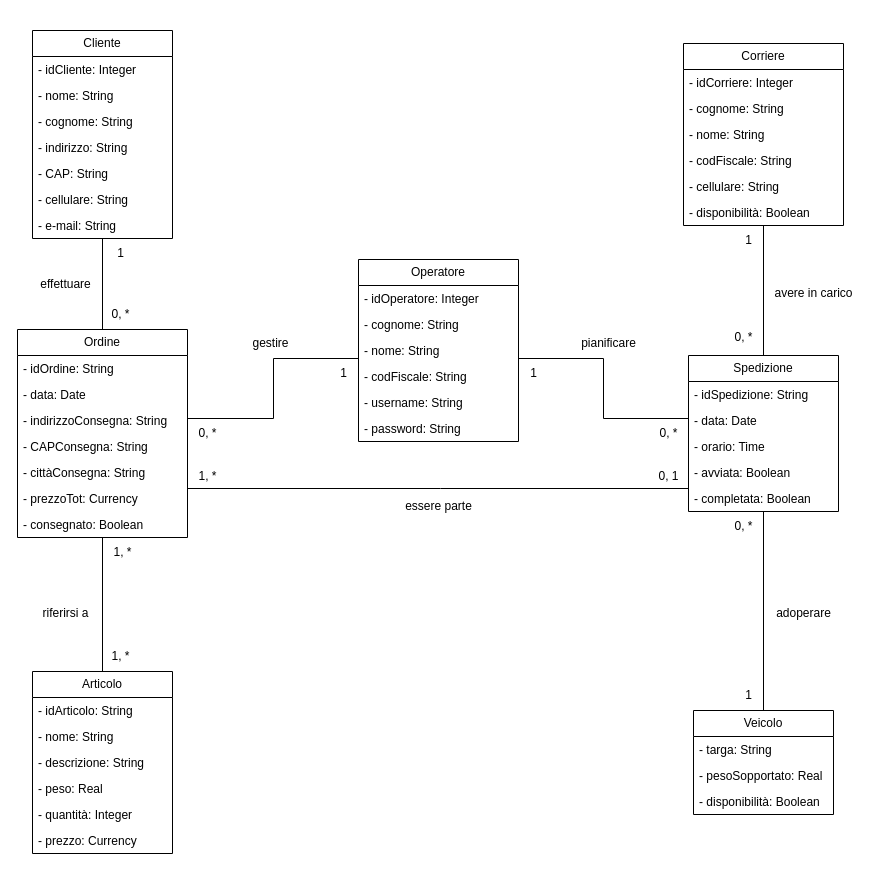
Before: Basi di dati/ClassDiagramRistrutturato.drawio in Gianluca-F/OOBD_Project, a draw.io diagram. Source tidied: cells renumbered, new cells numbered last; positions are measured from the earlier drawing's top-left corner, leaving out a move shared by most shapes. Both pictures are drawn from the tidied source at 100%, with x=0, y=0 at pixel (17, 30).
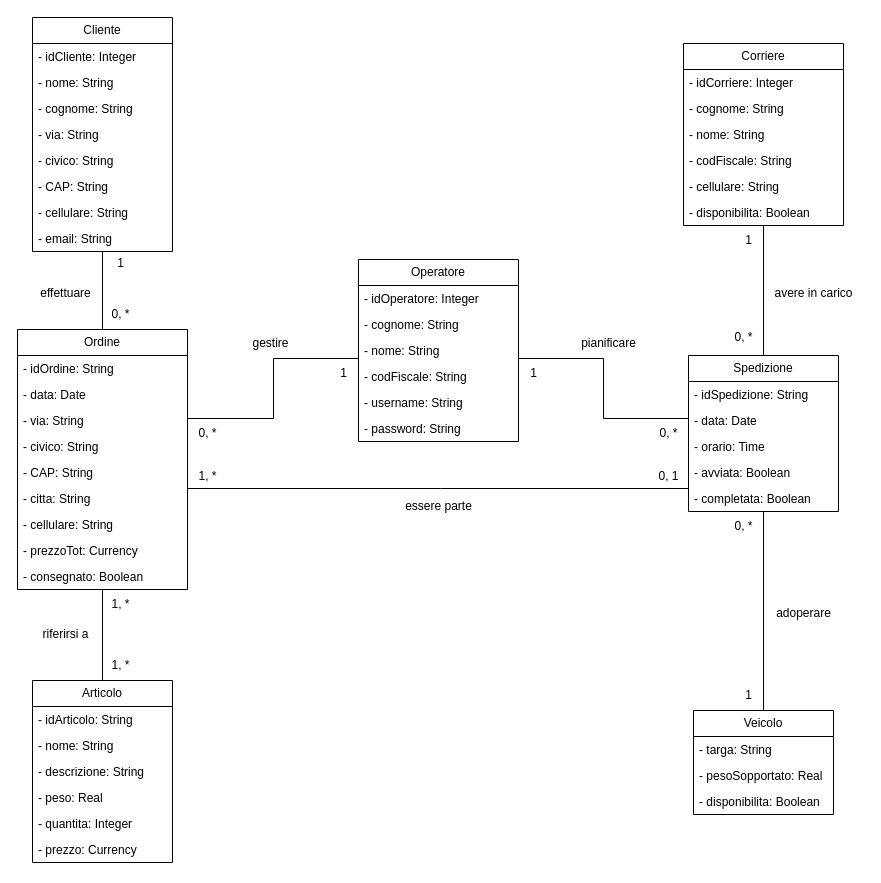
After the change.

Unchanged cells that the change refers to:
```xml
<mxCell id="28" value="Veicolo" style="swimlane;fontStyle=0;horizontal=1;startSize=26;fillColor=none;whiteSpace=wrap;html=1;" parent="1" vertex="1">
  <mxGeometry x="676" y="680" width="140" height="104" as="geometry" />
</mxCell>
<mxCell id="61" value="Corriere" style="swimlane;fontStyle=0;horizontal=1;startSize=26;fillColor=none;whiteSpace=wrap;html=1;" parent="1" vertex="1">
  <mxGeometry x="666" y="13" width="160" height="182" as="geometry" />
</mxCell>
```

The edit, as a diff of the source:
```diff
@@
     <mxCell id="3" value="Articolo" style="swimlane;fontStyle=0;horizontal=1;startSize=26;fillColor=none;whiteSpace=wrap;html=1;" parent="1" vertex="1">
-      <mxGeometry x="15" y="641" width="140" height="182" as="geometry" />
+      <mxGeometry x="15" y="650" width="140" height="182" as="geometry" />
     </mxCell>
@@
-    <mxCell id="8" value="- quantità: Integer" style="text;strokeColor=none;fillColor=none;align=left;verticalAlign=top;spacingLeft=4;spacingRight=4;overflow=hidden;whiteSpace=wrap;html=1;" parent="3" vertex="1">
+    <mxCell id="8" value="- quantita: Integer" style="text;strokeColor=none;fillColor=none;align=left;verticalAlign=top;spacingLeft=4;spacingRight=4;overflow=hidden;whiteSpace=wrap;html=1;" parent="3" vertex="1">
       <mxGeometry y="130" width="140" height="26" as="geometry" />
     </mxCell>
@@
     <mxCell id="11" value="Cliente" style="swimlane;fontStyle=0;horizontal=1;startSize=26;fillColor=none;whiteSpace=wrap;html=1;" parent="1" vertex="1">
-      <mxGeometry x="15" width="140" height="208" as="geometry" />
+      <mxGeometry x="15" y="-13" width="140" height="234" as="geometry" />
     </mxCell>
@@
-    <mxCell id="15" value="- indirizzo: String" style="text;strokeColor=none;fillColor=none;align=left;verticalAlign=top;spacingLeft=4;spacingRight=4;overflow=hidden;whiteSpace=wrap;html=1;" parent="11" vertex="1">
+    <mxCell id="15" value="- via: String" style="text;strokeColor=none;fillColor=none;align=left;verticalAlign=top;spacingLeft=4;spacingRight=4;overflow=hidden;whiteSpace=wrap;html=1;" parent="11" vertex="1">
       <mxGeometry y="104" width="140" height="26" as="geometry" />
     </mxCell>
+    <mxCell id="77" value="- civico: String" style="text;strokeColor=none;fillColor=none;align=left;verticalAlign=top;spacingLeft=4;spacingRight=4;overflow=hidden;whiteSpace=wrap;html=1;" parent="11" vertex="1">
+      <mxGeometry y="130" width="140" height="26" as="geometry" />
+    </mxCell>
     <mxCell id="16" value="- CAP: String" style="text;strokeColor=none;fillColor=none;align=left;verticalAlign=top;spacingLeft=4;spacingRight=4;overflow=hidden;whiteSpace=wrap;html=1;" parent="11" vertex="1">
-      <mxGeometry y="130" width="140" height="26" as="geometry" />
+      <mxGeometry y="156" width="140" height="26" as="geometry" />
     </mxCell>
     <mxCell id="17" value="- cellulare: String" style="text;strokeColor=none;fillColor=none;align=left;verticalAlign=top;spacingLeft=4;spacingRight=4;overflow=hidden;whiteSpace=wrap;html=1;" parent="11" vertex="1">
-      <mxGeometry y="156" width="140" height="26" as="geometry" />
+      <mxGeometry y="182" width="140" height="26" as="geometry" />
     </mxCell>
-    <mxCell id="18" value="- e-mail: String" style="text;strokeColor=none;fillColor=none;align=left;verticalAlign=top;spacingLeft=4;spacingRight=4;overflow=hidden;whiteSpace=wrap;html=1;" parent="11" vertex="1">
-      <mxGeometry y="182" width="140" height="26" as="geometry" />
+    <mxCell id="18" value="- email: String" style="text;strokeColor=none;fillColor=none;align=left;verticalAlign=top;spacingLeft=4;spacingRight=4;overflow=hidden;whiteSpace=wrap;html=1;" parent="11" vertex="1">
+      <mxGeometry y="208" width="140" height="26" as="geometry" />
     </mxCell>
     <mxCell id="19" value="Ordine" style="swimlane;fontStyle=0;horizontal=1;startSize=26;fillColor=none;whiteSpace=wrap;html=1;" parent="1" vertex="1">
-      <mxGeometry y="299" width="170" height="208" as="geometry" />
+      <mxGeometry y="299" width="170" height="260" as="geometry" />
     </mxCell>
@@
-    <mxCell id="22" value="- indirizzoConsegna: String" style="text;strokeColor=none;fillColor=none;align=left;verticalAlign=top;spacingLeft=4;spacingRight=4;overflow=hidden;whiteSpace=wrap;html=1;" parent="19" vertex="1">
+    <mxCell id="22" value="- via: String" style="text;strokeColor=none;fillColor=none;align=left;verticalAlign=top;spacingLeft=4;spacingRight=4;overflow=hidden;whiteSpace=wrap;html=1;" parent="19" vertex="1">
       <mxGeometry y="78" width="170" height="26" as="geometry" />
     </mxCell>
+    <mxCell id="78" value="- civico: String" style="text;strokeColor=none;fillColor=none;align=left;verticalAlign=top;spacingLeft=4;spacingRight=4;overflow=hidden;whiteSpace=wrap;html=1;" parent="19" vertex="1">
+      <mxGeometry y="104" width="170" height="26" as="geometry" />
+    </mxCell>
-    <mxCell id="23" value="- CAPConsegna: String" style="text;strokeColor=none;fillColor=none;align=left;verticalAlign=top;spacingLeft=4;spacingRight=4;overflow=hidden;whiteSpace=wrap;html=1;" parent="19" vertex="1">
-      <mxGeometry y="104" width="170" height="26" as="geometry" />
+    <mxCell id="23" value="- CAP: String" style="text;strokeColor=none;fillColor=none;align=left;verticalAlign=top;spacingLeft=4;spacingRight=4;overflow=hidden;whiteSpace=wrap;html=1;" parent="19" vertex="1">
+      <mxGeometry y="130" width="170" height="26" as="geometry" />
     </mxCell>
-    <mxCell id="24" value="- cittàConsegna: String" style="text;strokeColor=none;fillColor=none;align=left;verticalAlign=top;spacingLeft=4;spacingRight=4;overflow=hidden;whiteSpace=wrap;html=1;" parent="19" vertex="1">
-      <mxGeometry y="130" width="170" height="26" as="geometry" />
+    <mxCell id="24" value="- citta: String" style="text;strokeColor=none;fillColor=none;align=left;verticalAlign=top;spacingLeft=4;spacingRight=4;overflow=hidden;whiteSpace=wrap;html=1;" parent="19" vertex="1">
+      <mxGeometry y="156" width="170" height="26" as="geometry" />
     </mxCell>
+    <mxCell id="79" value="- cellulare: String" style="text;strokeColor=none;fillColor=none;align=left;verticalAlign=top;spacingLeft=4;spacingRight=4;overflow=hidden;whiteSpace=wrap;html=1;" parent="19" vertex="1">
+      <mxGeometry y="182" width="170" height="26" as="geometry" />
+    </mxCell>
     <mxCell id="25" value="- prezzoTot: Currency" style="text;strokeColor=none;fillColor=none;align=left;verticalAlign=top;spacingLeft=4;spacingRight=4;overflow=hidden;whiteSpace=wrap;html=1;" parent="19" vertex="1">
-      <mxGeometry y="156" width="170" height="26" as="geometry" />
+      <mxGeometry y="208" width="170" height="26" as="geometry" />
     </mxCell>
     <mxCell id="26" value="- consegnato: Boolean" style="text;strokeColor=none;fillColor=none;align=left;verticalAlign=top;spacingLeft=4;spacingRight=4;overflow=hidden;whiteSpace=wrap;html=1;" parent="19" vertex="1">
-      <mxGeometry y="182" width="170" height="26" as="geometry" />
+      <mxGeometry y="234" width="170" height="26" as="geometry" />
     </mxCell>
@@
-    <mxCell id="31" value="- disponibilità: Boolean" style="text;strokeColor=none;fillColor=none;align=left;verticalAlign=top;spacingLeft=4;spacingRight=4;overflow=hidden;whiteSpace=wrap;html=1;" parent="28" vertex="1">
+    <mxCell id="31" value="- disponibilita: Boolean" style="text;strokeColor=none;fillColor=none;align=left;verticalAlign=top;spacingLeft=4;spacingRight=4;overflow=hidden;whiteSpace=wrap;html=1;" parent="28" vertex="1">
       <mxGeometry y="78" width="140" height="26" as="geometry" />
     </mxCell>
     <mxCell id="32" value="effettuare" style="text;html=1;align=center;verticalAlign=middle;strokeColor=none;fillColor=none;" parent="1" vertex="1">
-      <mxGeometry x="13" y="239" width="70" height="30" as="geometry" />
+      <mxGeometry x="13" y="248" width="70" height="30" as="geometry" />
     </mxCell>
@@
     <mxCell id="34" value="1" style="text;html=1;align=center;verticalAlign=middle;strokeColor=none;fillColor=none;" parent="1" vertex="1">
-      <mxGeometry x="88" y="208" width="30" height="30" as="geometry" />
+      <mxGeometry x="88" y="218" width="30" height="30" as="geometry" />
     </mxCell>
     <mxCell id="35" value="riferirsi a" style="text;html=1;align=center;verticalAlign=middle;strokeColor=none;fillColor=none;" parent="1" vertex="1">
-      <mxGeometry x="13" y="568" width="70" height="30" as="geometry" />
+      <mxGeometry x="13" y="589" width="70" height="30" as="geometry" />
     </mxCell>
     <mxCell id="36" value="1, *" style="text;html=1;align=center;verticalAlign=middle;strokeColor=none;fillColor=none;" parent="1" vertex="1">
-      <mxGeometry x="83" y="611" width="40" height="30" as="geometry" />
+      <mxGeometry x="83" y="620" width="40" height="30" as="geometry" />
     </mxCell>
     <mxCell id="37" value="1, *" style="text;html=1;align=center;verticalAlign=middle;strokeColor=none;fillColor=none;" parent="1" vertex="1">
-      <mxGeometry x="85" y="507" width="40" height="30" as="geometry" />
+      <mxGeometry x="83" y="559" width="40" height="30" as="geometry" />
     </mxCell>
@@
-    <mxCell id="67" value="- disponibilità: Boolean" style="text;strokeColor=none;fillColor=none;align=left;verticalAlign=top;spacingLeft=4;spacingRight=4;overflow=hidden;whiteSpace=wrap;html=1;" parent="61" vertex="1">
+    <mxCell id="67" value="- disponibilita: Boolean" style="text;strokeColor=none;fillColor=none;align=left;verticalAlign=top;spacingLeft=4;spacingRight=4;overflow=hidden;whiteSpace=wrap;html=1;" parent="61" vertex="1">
       <mxGeometry y="156" width="160" height="26" as="geometry" />
     </mxCell>
```
